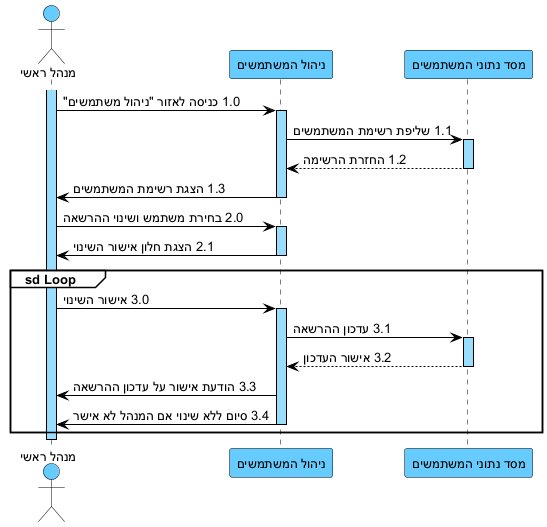
Above: docs/diagrams/png/10-seq-suc10-ניהול-משתמשים.png in arielkaplan20/GOLDEN_HAIR_SALOAN (PlantUML), before the change.
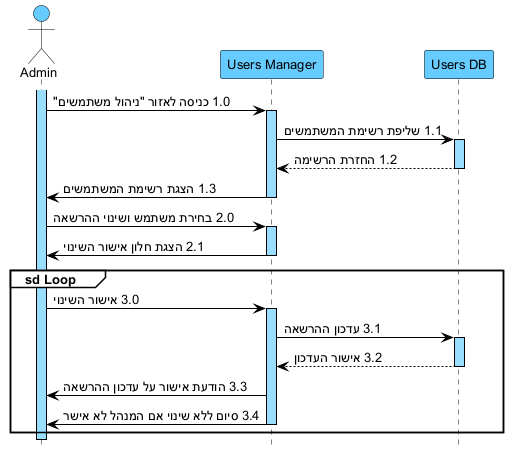
Above is the later version.

The edit, as a diff of the source:
```diff
@@ -1,4 +1,5 @@
 @startuml
+hide footbox
 skinparam backgroundColor white
 skinparam defaultFontName Arial
 skinparam defaultFontSize 13
@@ -18,9 +19,9 @@
 GroupHeaderFontColor black
 }
 
-actor "מנהל ראשי" as A
-participant "ניהול המשתמשים" as UM
-participant "מסד נתוני המשתמשים" as DB
+actor "Admin" as A
+participant "Users Manager" as UM
+participant "Users DB" as DB
 
 activate A
 A -> UM : 1.0 כניסה לאזור "ניהול משתמשים"
```
